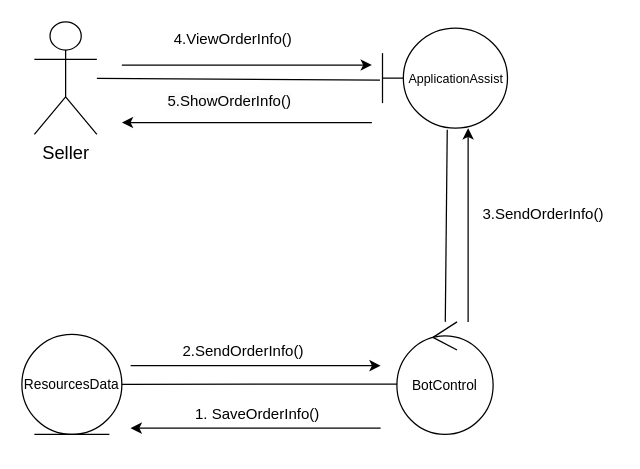
Above: page "Page-2" (2 of 2) of Record and Send Order Info.drawio in munkeawtoast/isad-diagrams (draw.io), before the change. Source tidied: cells renumbered, new cells numbered last; positions are measured from the earlier drawing's top-left corner, leaving out a move shared by most shapes. Both pictures are drawn from the tidied source at 125%, with x=0, y=0 at pixel (21, 21).
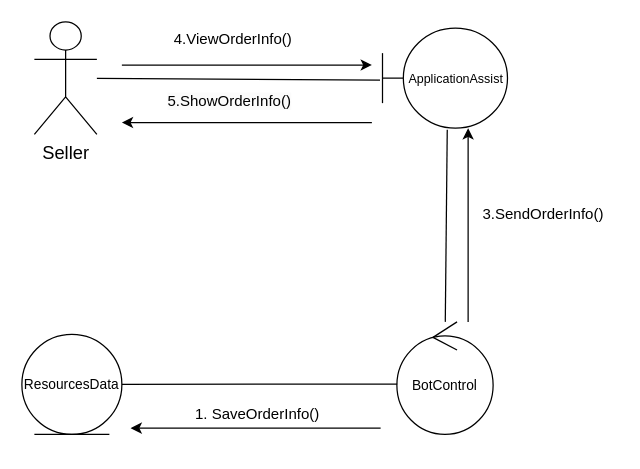
After the change.

Change to the diagram source:
```diff
@@
-    <mxCell id="11" value="2.SendOrderInfo()" style="text;whiteSpace=wrap;html=1;" parent="1" vertex="1">
-      <mxGeometry x="127" y="250" width="110" height="40" as="geometry" />
-    </mxCell>
-    <mxCell id="12" style="endArrow=classic;html=1;fontSize=9;" parent="1" edge="1">
-      <mxGeometry relative="1" as="geometry">
-        <mxPoint x="87" y="275" as="sourcePoint" />
-        <mxPoint x="287" y="275" as="targetPoint" />
-      </mxGeometry>
-    </mxCell>
```
